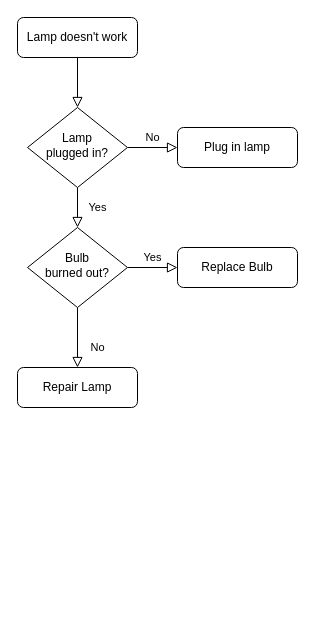
Earlier version of the draw.io diagram 第五章系统流程图.drawio (Hhysdbrk/drawIO). Source tidied: cells renumbered, new cells numbered last; positions are measured from the earlier drawing's top-left corner, leaving out a move shared by most shapes. Both pictures are drawn from the tidied source at 100%, with x=0, y=0 at pixel (17, 17).
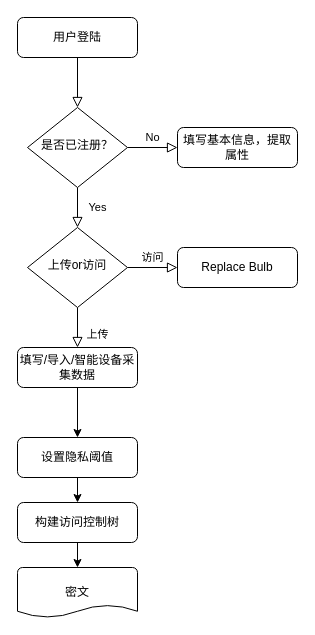
Above is the later version.

Commit message:
更新第五章系统流程图.drawio

The edit, as a diff of the source:
```diff
@@
 <mxGraphModel>
   <root>
     <mxCell id="0" />
     <mxCell id="1" parent="0" />
     <mxCell id="2" style="rounded=0;html=1;jettySize=auto;fontSize=11;endArrow=block;endFill=0;endSize=8;strokeWidth=1;shadow=0;labelBackgroundColor=none;edgeStyle=orthogonalEdgeStyle;" parent="1" edge="1" source="3" target="6">
       <mxGeometry relative="1" as="geometry" />
     </mxCell>
-    <mxCell id="3" value="Lamp doesn't work" style="rounded=1;whiteSpace=wrap;html=1;fontSize=12;glass=0;strokeWidth=1;shadow=0;" parent="1" vertex="1">
+    <mxCell id="3" value="用户登陆" style="rounded=1;whiteSpace=wrap;html=1;fontSize=12;glass=0;strokeWidth=1;shadow=0;" parent="1" vertex="1">
       <mxGeometry width="120" height="40" as="geometry" />
     </mxCell>
     <mxCell id="4" value="Yes" style="rounded=0;html=1;jettySize=auto;fontSize=11;endArrow=block;endFill=0;endSize=8;strokeWidth=1;shadow=0;labelBackgroundColor=none;edgeStyle=orthogonalEdgeStyle;" parent="1" edge="1" source="6" target="10">
       <mxGeometry y="20" relative="1" as="geometry" />
     </mxCell>
     <mxCell id="5" value="No" style="edgeStyle=orthogonalEdgeStyle;rounded=0;html=1;jettySize=auto;fontSize=11;endArrow=block;endFill=0;endSize=8;strokeWidth=1;shadow=0;labelBackgroundColor=none;" parent="1" edge="1" source="6" target="7">
       <mxGeometry y="10" relative="1" as="geometry" />
     </mxCell>
-    <mxCell id="6" value="Lamp&lt;br&gt;plugged in?" style="rhombus;whiteSpace=wrap;html=1;shadow=0;fontFamily=Helvetica;fontSize=12;align=center;strokeWidth=1;spacing=6;spacingTop=-4;" parent="1" vertex="1">
+    <mxCell id="6" value="是否已注册？" style="rhombus;whiteSpace=wrap;html=1;shadow=0;fontFamily=Helvetica;fontSize=12;align=center;strokeWidth=1;spacing=6;spacingTop=-4;" parent="1" vertex="1">
       <mxGeometry x="10" y="90" width="100" height="80" as="geometry" />
     </mxCell>
-    <mxCell id="7" value="Plug in lamp" style="rounded=1;whiteSpace=wrap;html=1;fontSize=12;glass=0;strokeWidth=1;shadow=0;" parent="1" vertex="1">
+    <mxCell id="7" value="填写基本信息，提取属性" style="rounded=1;whiteSpace=wrap;html=1;fontSize=12;glass=0;strokeWidth=1;shadow=0;" parent="1" vertex="1">
       <mxGeometry x="160" y="110" width="120" height="40" as="geometry" />
     </mxCell>
-    <mxCell id="8" value="No" style="rounded=0;html=1;jettySize=auto;fontSize=11;endArrow=block;endFill=0;endSize=8;strokeWidth=1;shadow=0;labelBackgroundColor=none;edgeStyle=orthogonalEdgeStyle;" parent="1" edge="1" source="10" target="11">
+    <mxCell id="8" value="上传" style="rounded=0;html=1;jettySize=auto;fontSize=11;endArrow=block;endFill=0;endSize=8;strokeWidth=1;shadow=0;labelBackgroundColor=none;edgeStyle=orthogonalEdgeStyle;" parent="1" edge="1" source="10" target="11">
       <mxGeometry x="0.33" y="20" relative="1" as="geometry" />
     </mxCell>
-    <mxCell id="9" value="Yes" style="edgeStyle=orthogonalEdgeStyle;rounded=0;html=1;jettySize=auto;fontSize=11;endArrow=block;endFill=0;endSize=8;strokeWidth=1;shadow=0;labelBackgroundColor=none;" parent="1" edge="1" source="10" target="12">
+    <mxCell id="9" value="访问" style="edgeStyle=orthogonalEdgeStyle;rounded=0;html=1;jettySize=auto;fontSize=11;endArrow=block;endFill=0;endSize=8;strokeWidth=1;shadow=0;labelBackgroundColor=none;" parent="1" edge="1" source="10" target="12">
       <mxGeometry y="10" relative="1" as="geometry" />
     </mxCell>
-    <mxCell id="10" value="Bulb&lt;br&gt;burned out?" style="rhombus;whiteSpace=wrap;html=1;shadow=0;fontFamily=Helvetica;fontSize=12;align=center;strokeWidth=1;spacing=6;spacingTop=-4;" parent="1" vertex="1">
+    <mxCell id="10" value="上传or访问" style="rhombus;whiteSpace=wrap;html=1;shadow=0;fontFamily=Helvetica;fontSize=12;align=center;strokeWidth=1;spacing=6;spacingTop=-4;" parent="1" vertex="1">
       <mxGeometry x="10" y="210" width="100" height="80" as="geometry" />
     </mxCell>
+    <mxCell id="13" style="edgeStyle=orthogonalEdgeStyle;rounded=0;jettySize=auto;html=1;" parent="1" edge="1" source="11" target="15">
+      <mxGeometry relative="1" as="geometry" />
+    </mxCell>
-    <mxCell id="11" value="Repair Lamp" style="rounded=1;whiteSpace=wrap;html=1;fontSize=12;glass=0;strokeWidth=1;shadow=0;" parent="1" vertex="1">
-      <mxGeometry y="350" width="120" height="40" as="geometry" />
+    <mxCell id="11" value="填写/导入/智能设备采集数据" style="rounded=1;whiteSpace=wrap;html=1;fontSize=12;glass=0;strokeWidth=1;shadow=0;" parent="1" vertex="1">
+      <mxGeometry y="330" width="120" height="40" as="geometry" />
     </mxCell>
     <mxCell id="12" value="Replace Bulb" style="rounded=1;whiteSpace=wrap;html=1;fontSize=12;glass=0;strokeWidth=1;shadow=0;" parent="1" vertex="1">
       <mxGeometry x="160" y="230" width="120" height="40" as="geometry" />
     </mxCell>
+    <mxCell id="14" style="edgeStyle=orthogonalEdgeStyle;rounded=0;jettySize=auto;html=1;" parent="1" edge="1" source="15" target="17">
+      <mxGeometry relative="1" as="geometry" />
+    </mxCell>
+    <mxCell id="15" value="设置隐私阈值" style="rounded=1;whiteSpace=wrap;html=1;fontSize=12;glass=0;strokeWidth=1;shadow=0;" parent="1" vertex="1">
+      <mxGeometry y="420" width="120" height="40" as="geometry" />
+    </mxCell>
+    <mxCell id="16" style="edgeStyle=orthogonalEdgeStyle;rounded=0;jettySize=auto;html=1;" parent="1" edge="1" source="17">
+      <mxGeometry relative="1" as="geometry">
+        <mxPoint x="60" y="550" as="targetPoint" />
+      </mxGeometry>
+    </mxCell>
+    <mxCell id="17" value="构建访问控制树" style="rounded=1;whiteSpace=wrap;html=1;fontSize=12;glass=0;strokeWidth=1;shadow=0;" parent="1" vertex="1">
+      <mxGeometry y="485" width="120" height="40" as="geometry" />
+    </mxCell>
+    <mxCell id="18" value="密文" style="strokeWidth=1;html=1;shape=mxgraph.flowchart.document2;whiteSpace=wrap;size=0.25;" parent="1" vertex="1">
+      <mxGeometry y="550" width="120" height="50" as="geometry" />
+    </mxCell>
   </root>
 </mxGraphModel>
```
